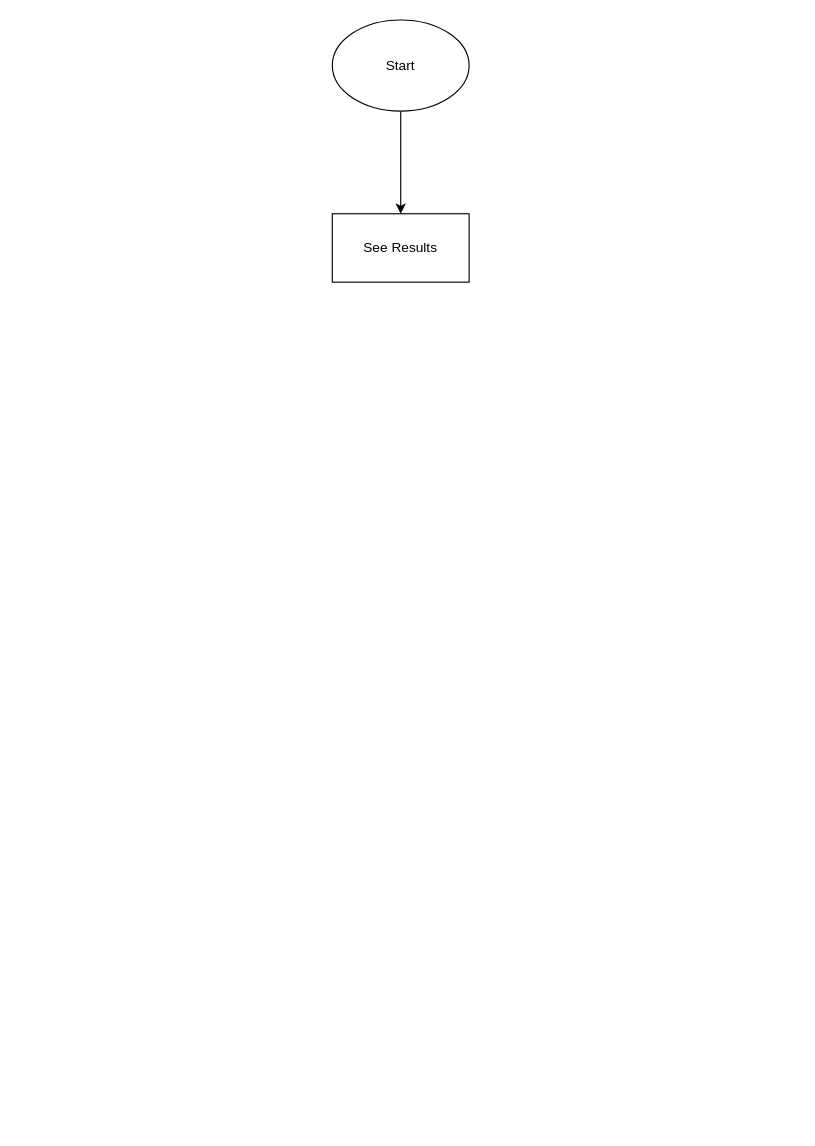
suyashl13/Call-Sentiment-Analysis keeps this draw.io diagram as page "Admin" (1 of 2) of Diagrams/Activity-Diagram.drawio. Above is the earlier version. Source tidied: cells renumbered, new cells numbered last; positions are measured from the earlier drawing's top-left corner, leaving out a move shared by most shapes. Both pictures are drawn from the tidied source at 114%, with x=0, y=0 at pixel (332, 19).
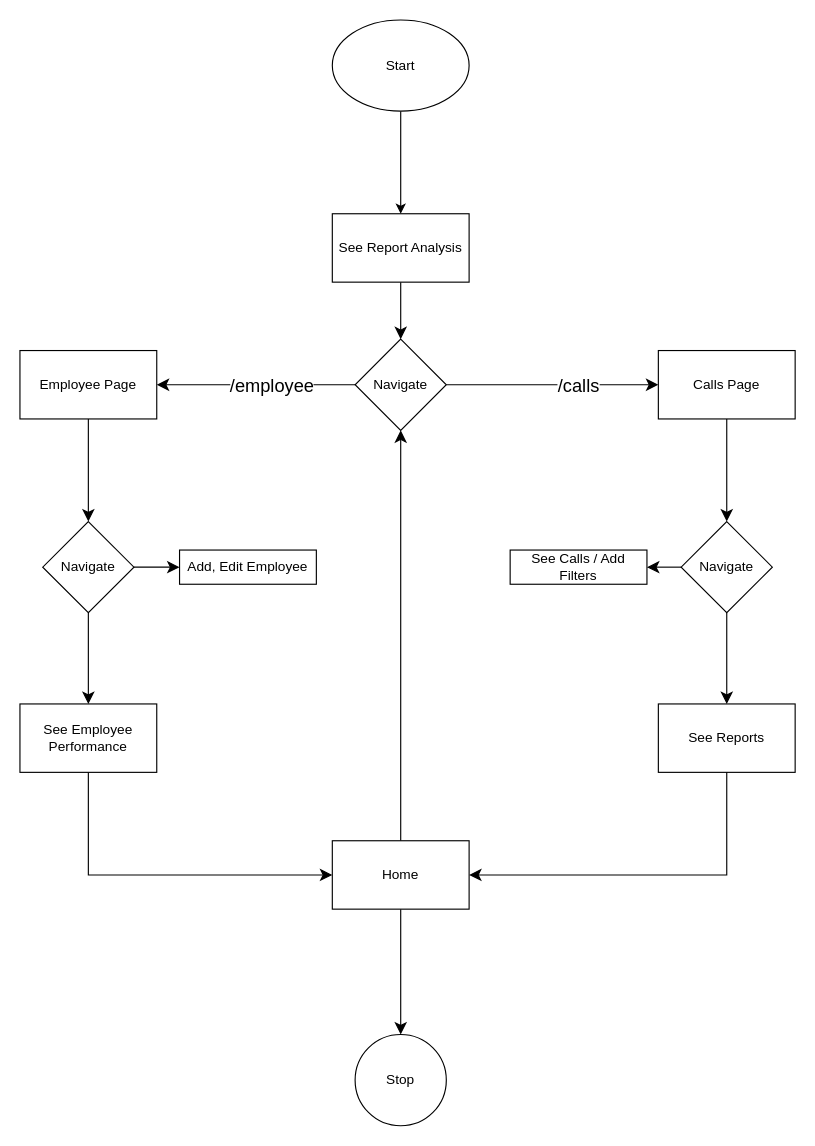
The same diagram, later.

What changed in the source:
```diff
@@
+    <mxCell id="5" style="edgeStyle=none;curved=1;rounded=0;jettySize=auto;html=1;fontSize=12;startSize=8;endSize=8;" parent="1" edge="1" source="4" target="10">
+      <mxGeometry relative="1" as="geometry" />
+    </mxCell>
-    <mxCell id="4" value="See Results" style="whiteSpace=wrap;html=1;" parent="1" vertex="1">
+    <mxCell id="4" value="See Report Analysis" style="whiteSpace=wrap;html=1;" parent="1" vertex="1">
       <mxGeometry y="170" width="120" height="60" as="geometry" />
     </mxCell>
+    <mxCell id="6" style="edgeStyle=none;curved=1;rounded=0;jettySize=auto;html=1;fontSize=12;startSize=8;endSize=8;" parent="1" edge="1" source="10" target="12">
+      <mxGeometry relative="1" as="geometry" />
+    </mxCell>
+    <mxCell id="7" value="/employee" style="edgeLabel;html=1;align=center;verticalAlign=middle;fontSize=16;" parent="6" vertex="1">
+      <mxGeometry x="-0.15" relative="1" as="geometry" />
+    </mxCell>
+    <mxCell id="8" style="edgeStyle=none;curved=1;rounded=0;jettySize=auto;html=1;fontSize=12;startSize=8;endSize=8;" parent="1" edge="1" source="10" target="14">
+      <mxGeometry relative="1" as="geometry" />
+    </mxCell>
+    <mxCell id="9" value="/calls" style="edgeLabel;html=1;align=center;verticalAlign=middle;fontSize=16;" parent="8" vertex="1">
+      <mxGeometry x="0.24" relative="1" as="geometry" />
+    </mxCell>
+    <mxCell id="10" value="Navigate" style="rhombus;whiteSpace=wrap;html=1;" parent="1" vertex="1">
+      <mxGeometry x="20" y="280" width="80" height="80" as="geometry" />
+    </mxCell>
+    <mxCell id="11" style="edgeStyle=none;curved=1;rounded=0;jettySize=auto;html=1;fontSize=12;startSize=8;endSize=8;" parent="1" edge="1" source="12">
+      <mxGeometry relative="1" as="geometry">
+        <mxPoint x="-214" y="440" as="targetPoint" />
+      </mxGeometry>
+    </mxCell>
+    <mxCell id="12" value="Employee Page" style="whiteSpace=wrap;html=1;" parent="1" vertex="1">
+      <mxGeometry x="-274" y="290" width="120" height="60" as="geometry" />
+    </mxCell>
+    <mxCell id="13" style="edgeStyle=none;curved=1;rounded=0;jettySize=auto;html=1;fontSize=12;startSize=8;endSize=8;" parent="1" edge="1" source="14" target="23">
+      <mxGeometry relative="1" as="geometry" />
+    </mxCell>
+    <mxCell id="14" value="Calls Page" style="whiteSpace=wrap;html=1;" parent="1" vertex="1">
+      <mxGeometry x="286" y="290" width="120" height="60" as="geometry" />
+    </mxCell>
+    <mxCell id="15" style="edgeStyle=none;curved=1;rounded=0;jettySize=auto;html=1;fontSize=12;startSize=8;endSize=8;" parent="1" edge="1" source="17" target="18">
+      <mxGeometry relative="1" as="geometry" />
+    </mxCell>
+    <mxCell id="16" style="edgeStyle=none;curved=1;rounded=0;jettySize=auto;html=1;fontSize=12;startSize=8;endSize=8;" parent="1" edge="1" source="17" target="20">
+      <mxGeometry relative="1" as="geometry" />
+    </mxCell>
+    <mxCell id="17" value="Navigate" style="rhombus;whiteSpace=wrap;html=1;" parent="1" vertex="1">
+      <mxGeometry x="-254" y="440" width="80" height="80" as="geometry" />
+    </mxCell>
+    <mxCell id="18" value="Add, Edit Employee" style="whiteSpace=wrap;html=1;" parent="1" vertex="1">
+      <mxGeometry x="-134" y="465" width="120" height="30" as="geometry" />
+    </mxCell>
+    <mxCell id="19" style="edgeStyle=none;curved=0;rounded=0;jettySize=auto;html=1;fontSize=12;startSize=8;endSize=8;" parent="1" edge="1" source="20" target="28">
+      <mxGeometry relative="1" as="geometry">
+        <Array as="points">
+          <mxPoint x="-214" y="750" />
+        </Array>
+      </mxGeometry>
+    </mxCell>
+    <mxCell id="20" value="See Employee Performance" style="whiteSpace=wrap;html=1;" parent="1" vertex="1">
+      <mxGeometry x="-274" y="600" width="120" height="60" as="geometry" />
+    </mxCell>
+    <mxCell id="21" style="edgeStyle=none;curved=1;rounded=0;jettySize=auto;html=1;fontSize=12;startSize=8;endSize=8;" parent="1" edge="1" source="23" target="24">
+      <mxGeometry relative="1" as="geometry" />
+    </mxCell>
+    <mxCell id="22" style="edgeStyle=none;curved=1;rounded=0;jettySize=auto;html=1;fontSize=12;startSize=8;endSize=8;" parent="1" edge="1" source="23" target="25">
+      <mxGeometry relative="1" as="geometry" />
+    </mxCell>
+    <mxCell id="23" value="Navigate" style="rhombus;whiteSpace=wrap;html=1;" parent="1" vertex="1">
+      <mxGeometry x="306" y="440" width="80" height="80" as="geometry" />
+    </mxCell>
+    <mxCell id="24" value="See Calls / Add Filters" style="whiteSpace=wrap;html=1;" parent="1" vertex="1">
+      <mxGeometry x="156" y="465" width="120" height="30" as="geometry" />
+    </mxCell>
+    <mxCell id="25" value="See Reports" style="whiteSpace=wrap;html=1;" parent="1" vertex="1">
+      <mxGeometry x="286" y="600" width="120" height="60" as="geometry" />
+    </mxCell>
+    <mxCell id="26" style="edgeStyle=none;curved=1;rounded=0;jettySize=auto;html=1;fontSize=12;startSize=8;endSize=8;" parent="1" edge="1" source="28" target="30">
+      <mxGeometry relative="1" as="geometry" />
+    </mxCell>
+    <mxCell id="27" style="edgeStyle=none;curved=1;rounded=0;jettySize=auto;html=1;fontSize=12;startSize=8;endSize=8;" parent="1" edge="1" source="28" target="10">
+      <mxGeometry relative="1" as="geometry" />
+    </mxCell>
+    <mxCell id="28" value="Home" style="whiteSpace=wrap;html=1;" parent="1" vertex="1">
+      <mxGeometry y="720" width="120" height="60" as="geometry" />
+    </mxCell>
+    <mxCell id="29" style="edgeStyle=none;curved=0;rounded=0;jettySize=auto;html=1;fontSize=12;startSize=8;endSize=8;exitX=0.5;exitY=1;exitDx=0;exitDy=0;" parent="1" edge="1" source="25" target="28">
+      <mxGeometry relative="1" as="geometry">
+        <Array as="points">
+          <mxPoint x="346" y="750" />
+        </Array>
+      </mxGeometry>
+    </mxCell>
+    <mxCell id="30" value="Stop" style="ellipse;whiteSpace=wrap;html=1;" parent="1" vertex="1">
+      <mxGeometry x="20" y="890" width="80" height="80" as="geometry" />
+    </mxCell>
```
